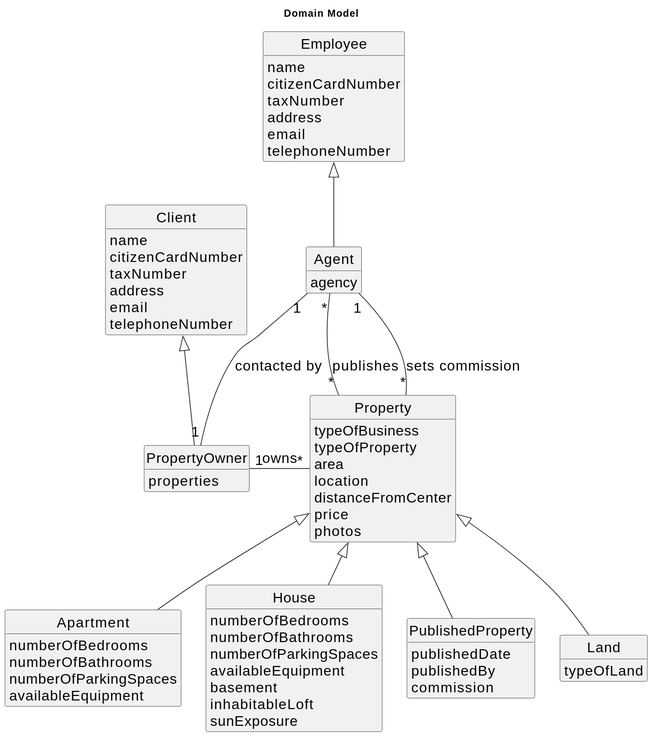
The PlantUML diagram docs/sprintB/us002/02.analysis/svg/us002-domain-model.svg in Goncalves2525/real-estate-management-system, before a commit.
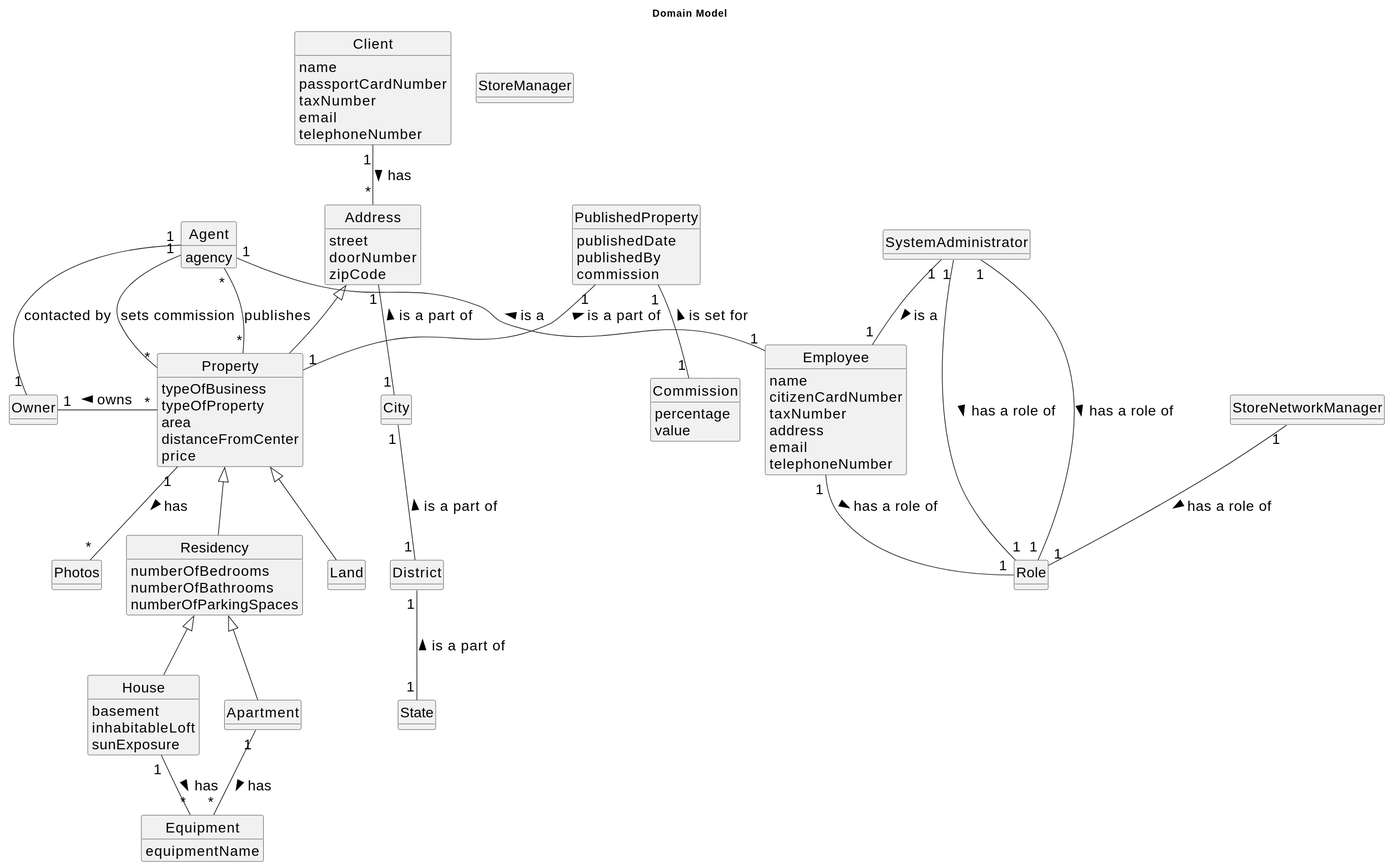
After the change.

The edit, as a diff of the source:
```diff
@@ -11,15 +11,13 @@
 
 class Client{
     name
-    citizenCardNumber
+    passportCardNumber
     taxNumber
-    address
     email
     telephoneNumber
 }
 
-class PropertyOwner extends Client {
-    properties
+class Owner {
 }
 
 class Employee{
@@ -31,50 +29,102 @@
     telephoneNumber
 }
 
-class Agent extends Employee{
+class Agent{
     agency
 }
 
 
-class Property{
+class Property extends Address{
     typeOfBusiness
     typeOfProperty
     area
-    location
     distanceFromCenter
     price
-    photos
 }
 
-class Apartment extends Property{
-    numberOfBedrooms
-    numberOfBathrooms
-    numberOfParkingSpaces
-    availableEquipment
+class Photos {
 }
 
-class House extends Property{
-    numberOfBedrooms
-    numberOfBathrooms
-    numberOfParkingSpaces
-    availableEquipment
+class Address{
+    street
+    doorNumber
+    zipCode
+}
+
+class City{
+}
+
+class District{
+}
+
+class State{
+}
+
+class Apartment extends Residency{
+}
+
+class House extends Residency{
     basement
     inhabitableLoft
     sunExposure
 }
 
-class PublishedProperty extends Property{
+class Residency extends Property{
+    numberOfBedrooms
+    numberOfBathrooms
+    numberOfParkingSpaces
+
+}
+
+class PublishedProperty{
     publishedDate
     publishedBy
     commission
 }
 
-class Land extends Property{
-    typeOfLand
+class Commission{
+    percentage
+    value
 }
 
-Agent "1" -- "1" PropertyOwner : contacted by
+class Land extends Property{
+}
+
+class Equipment{
+    equipmentName
+}
+
+class Role{
+}
+
+class SystemAdministrator{
+}
+
+class StoreManager{
+}
+
+class StoreNetworkManager{
+}
+
+
+Agent "1" -- "1" Employee: is a <
+Employee "1" -- "1" Role: has a role of >
+SystemAdministrator "1" -- "1" Role: has a role of >
+StoreNetworkManager "1" -- "1" Role: has a role of >
+SystemAdministrator "1" -- "1" Role: has a role of >
+SystemAdministrator "1" -- "1" Employee: is a >
+Agent "1" -- "1" Owner : contacted by
 Agent "*" - "*" Property: publishes
 Agent "1" - "*" Property: sets commission
-PropertyOwner "1" - "*" Property: owns
+Owner "1" - "*" Property: owns <
+Address "1" -- "1" City : is a part of <
+City "1" -- "1" District : is a part of <
+District "1" -- "1" State : is a part of <
+Client "1" -- "*" Address: has >
+Property "1" -- "*" Photos: has >
+PublishedProperty "1" -- "1" Commission: is set for <
+House "1" -- "*" Equipment: has >
+Apartment "1" -- "*" Equipment: has >
+PublishedProperty "1" -- "1" Property: is a part of <
+
 @enduml
```
